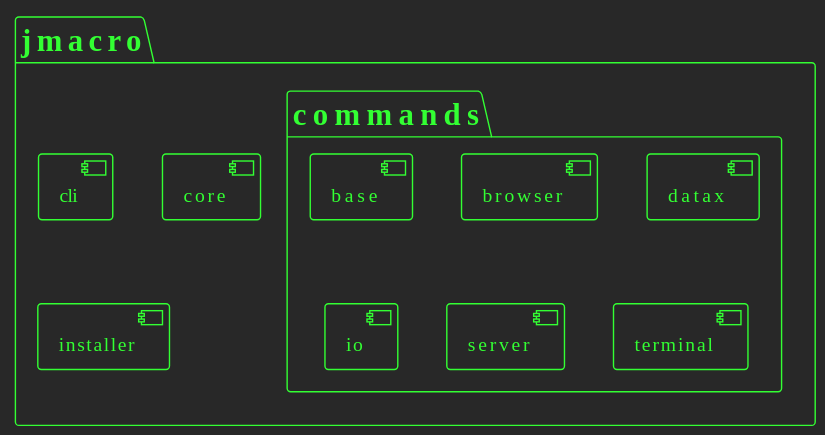
This is jmacro-docs/src/main/diagrams/svg/modules.svg from giflw/jmacro, a PlantUML export, as it was before one commit.
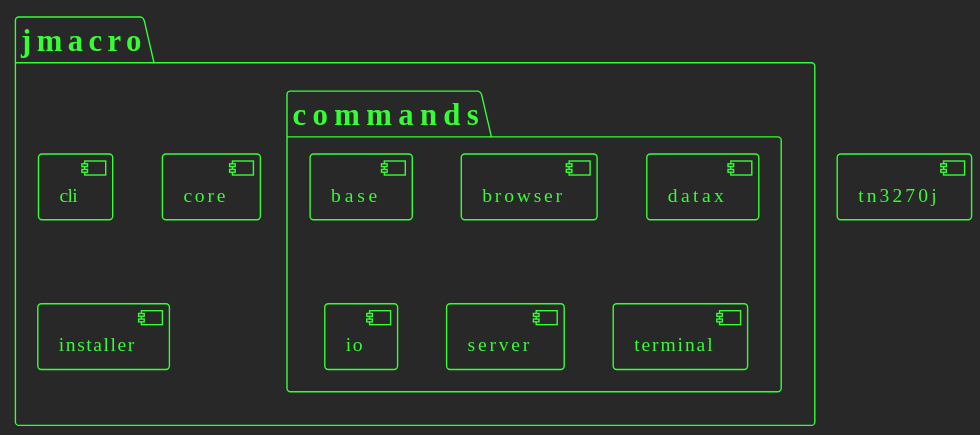
The same file after the commit.

Diff of the diagram source:
```diff
@@ -1,16 +1,17 @@
 @startuml
 !theme crt-green
-package jmacro{
-    [cli]
-    package commands{
-        [base]
-        [browser]
-        [datax]
-        [io]
-        [server]
-        [terminal]
+    [tn3270j]
+    package jmacro{
+        [cli]
+        package commands{
+            [base]
+            [browser]
+            [datax]
+            [io]
+            [server]
+            [terminal]
+        }
+        [core]
+        [installer]
     }
-    [core]
-    [installer]
-}
 @enduml
```
